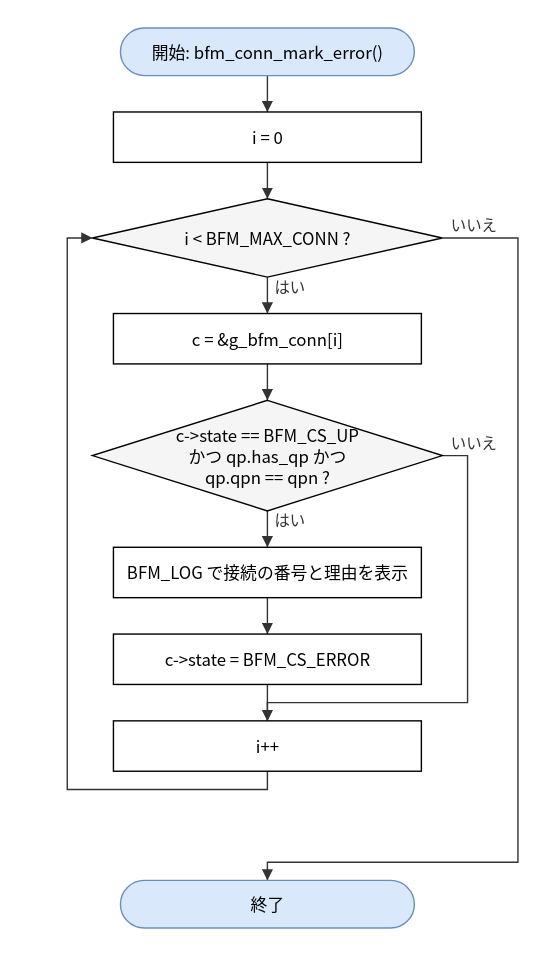
Above: doc/spec/images/flow_src_bfm_ops-bfm_conn_mark_error.drawio.svg in hf355051012-ai/bfmem (draw.io), before the change. Source tidied: cells renumbered, new cells last; positions are measured from the earlier drawing's top-left corner, leaving out a move shared by most shapes.
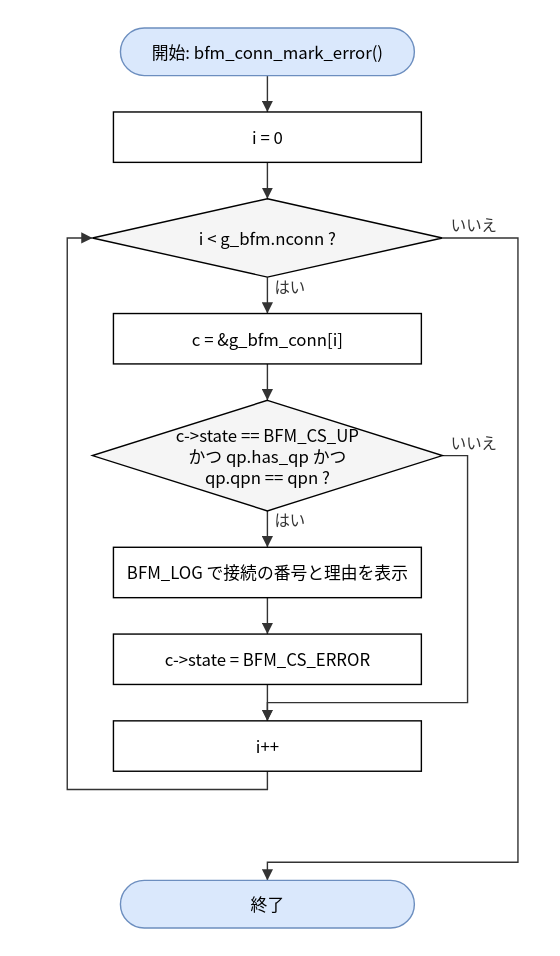
After the commit.

What changed in the source:
```diff
@@ -8,7 +8,7 @@
     <mxCell id="3" value="i = 0" style="rounded=0;whiteSpace=wrap;html=1;" parent="1" vertex="1">
       <mxGeometry x="33" y="60" width="220" height="36" as="geometry" />
     </mxCell>
-    <mxCell id="4" value="i &amp;lt; BFM_MAX_CONN ?" style="rhombus;whiteSpace=wrap;html=1;fillColor=#f5f5f5;" parent="1" vertex="1">
+    <mxCell id="4" value="i &amp;lt; g_bfm.nconn ?" style="rhombus;whiteSpace=wrap;html=1;fillColor=#f5f5f5;" parent="1" vertex="1">
       <mxGeometry x="18" y="122" width="250" height="56" as="geometry" />
     </mxCell>
     <mxCell id="5" value="c = &amp;amp;g_bfm_conn[i]" style="rounded=0;whiteSpace=wrap;html=1;" parent="1" vertex="1">
```
